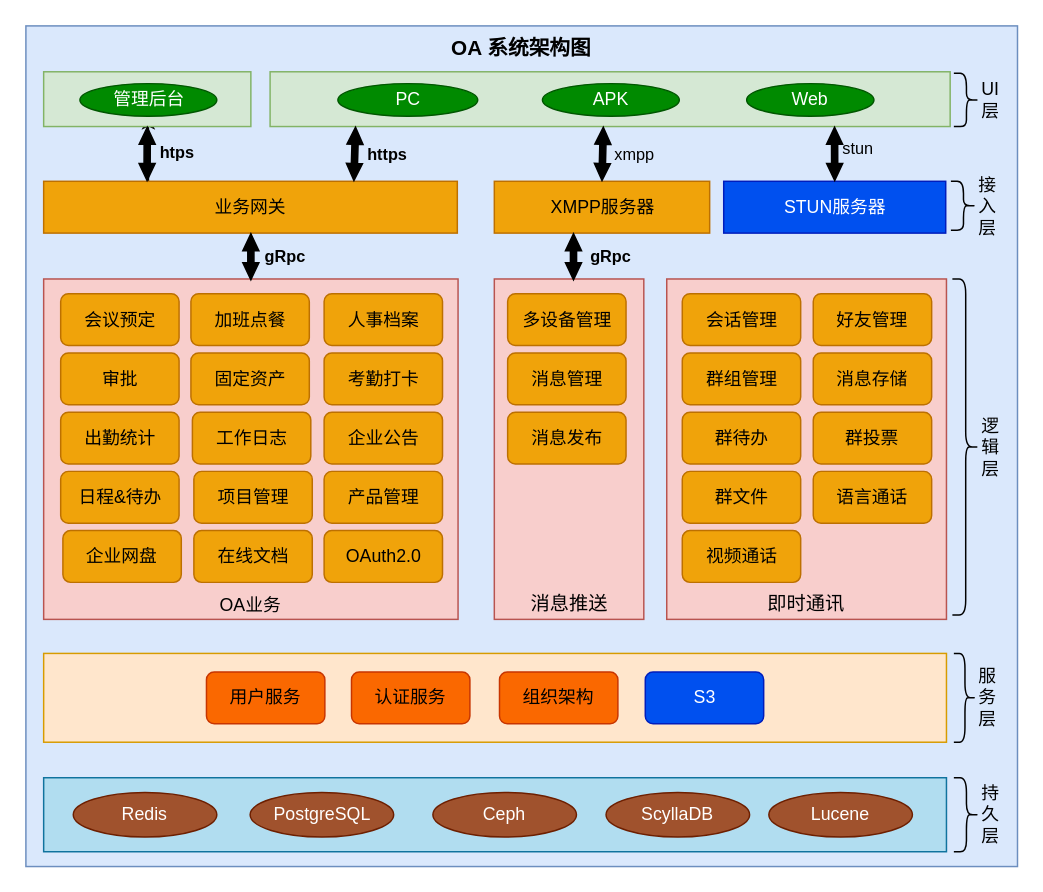
zebra-min/my-design keeps this draw.io diagram as page "OA架构图" (3 of 4) of StreamOA架构设计.drawio. Above is the earlier version. Source tidied: cells renumbered, new cells numbered last; positions are measured from the earlier drawing's top-left corner, leaving out a move shared by most shapes. Both pictures are drawn from the tidied source at 148%, with x=0, y=0 at pixel (25, 25).
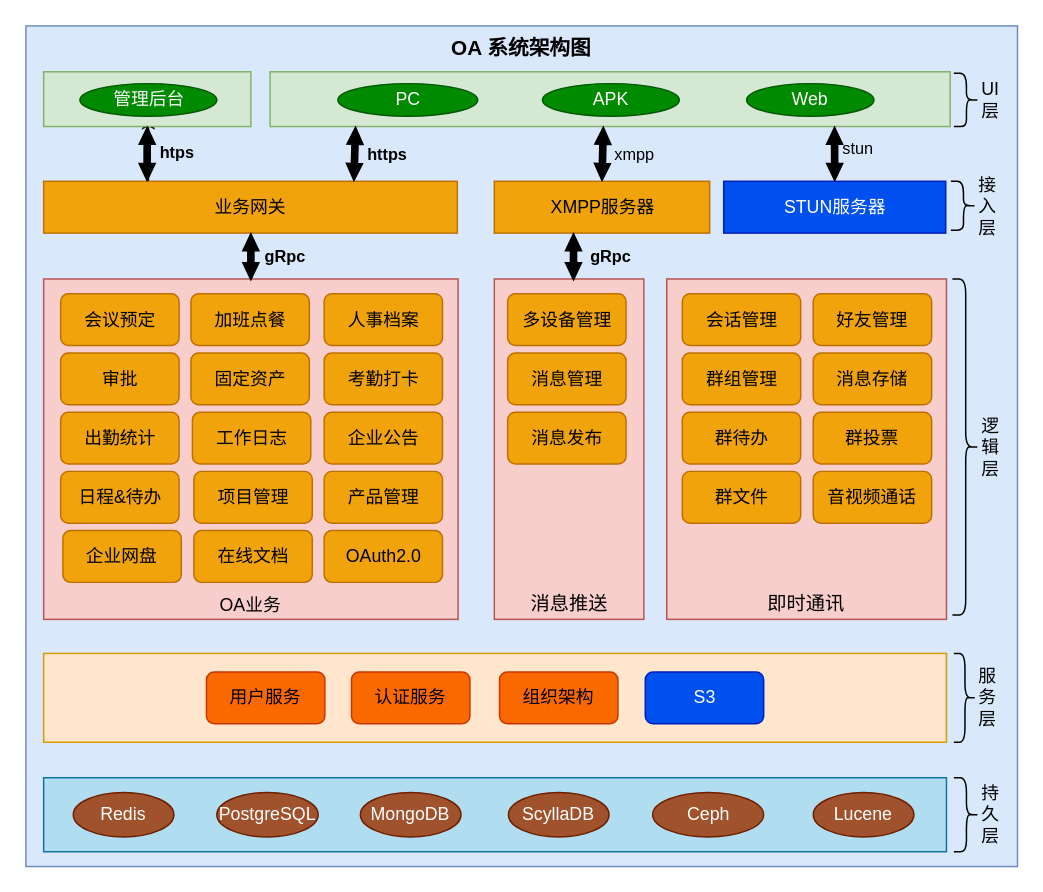
The same page after the edit.

Change to the diagram source:
```diff
@@
-    <mxCell id="43" value="语言通话" style="rounded=1;whiteSpace=wrap;html=1;fillColor=#f0a30a;strokeColor=#BD7000;fontColor=#000000;" parent="1" vertex="1">
+    <mxCell id="43" value="音视频通话" style="rounded=1;whiteSpace=wrap;html=1;fillColor=#f0a30a;strokeColor=#BD7000;fontColor=#000000;" parent="1" vertex="1">
       <mxGeometry x="532" y="301" width="80" height="35" as="geometry" />
     </mxCell>
-    <mxCell id="44" value="视频通话" style="rounded=1;whiteSpace=wrap;html=1;fillColor=#f0a30a;strokeColor=#BD7000;fontColor=#000000;" parent="1" vertex="1">
-      <mxGeometry x="443.5" y="341" width="80" height="35" as="geometry" />
-    </mxCell>
@@
     <mxCell id="47" value="Redis" style="ellipse;whiteSpace=wrap;html=1;fillColor=#a0522d;strokeColor=#6D1F00;fontColor=#ffffff;" parent="1" vertex="1">
-      <mxGeometry x="32" y="518" width="97" height="30" as="geometry" />
+      <mxGeometry x="32" y="518" width="68" height="30" as="geometry" />
     </mxCell>
@@
     <mxCell id="49" value="PostgreSQL" style="ellipse;whiteSpace=wrap;html=1;fillColor=#a0522d;strokeColor=#6D1F00;fontColor=#ffffff;" parent="1" vertex="1">
-      <mxGeometry x="151.5" y="518" width="97" height="30" as="geometry" />
+      <mxGeometry x="129" y="518" width="68.5" height="30" as="geometry" />
     </mxCell>
     <mxCell id="50" value="Ceph" style="ellipse;whiteSpace=wrap;html=1;fillColor=#a0522d;strokeColor=#6D1F00;fontColor=#ffffff;" parent="1" vertex="1">
-      <mxGeometry x="275" y="518" width="97" height="30" as="geometry" />
+      <mxGeometry x="423.5" y="518" width="75" height="30" as="geometry" />
     </mxCell>
     <mxCell id="51" value="ScyllaDB" style="ellipse;whiteSpace=wrap;html=1;fillColor=#a0522d;strokeColor=#6D1F00;fontColor=#ffffff;" parent="1" vertex="1">
-      <mxGeometry x="392" y="518" width="97" height="30" as="geometry" />
+      <mxGeometry x="326" y="518" width="68" height="30" as="geometry" />
     </mxCell>
-    <mxCell id="52" value="Lucene" style="ellipse;whiteSpace=wrap;html=1;fillColor=#a0522d;strokeColor=#6D1F00;fontColor=#ffffff;" parent="1" vertex="1">
-      <mxGeometry x="502" y="518" width="97" height="30" as="geometry" />
+    <mxCell id="52" value="MongoDB" style="ellipse;whiteSpace=wrap;html=1;fillColor=#a0522d;strokeColor=#6D1F00;fontColor=#ffffff;" parent="1" vertex="1">
+      <mxGeometry x="226" y="518" width="68" height="30" as="geometry" />
     </mxCell>
@@
+    <mxCell id="71" value="Lucene" style="ellipse;whiteSpace=wrap;html=1;fillColor=#a0522d;strokeColor=#6D1F00;fontColor=#ffffff;" parent="1" vertex="1">
+      <mxGeometry x="532" y="518" width="68" height="30" as="geometry" />
+    </mxCell>
```
